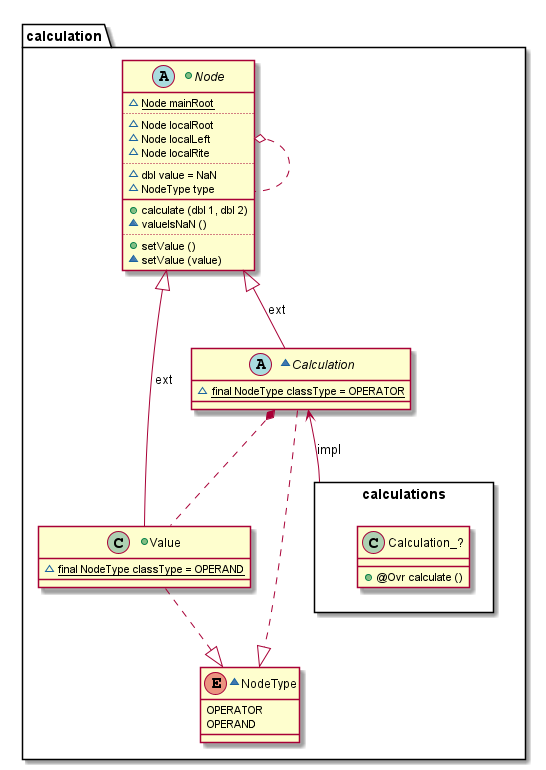
Earlier version of the PlantUML export src/main/resources/static/package_calculation_structure.png (vitalispopoff/calculator).
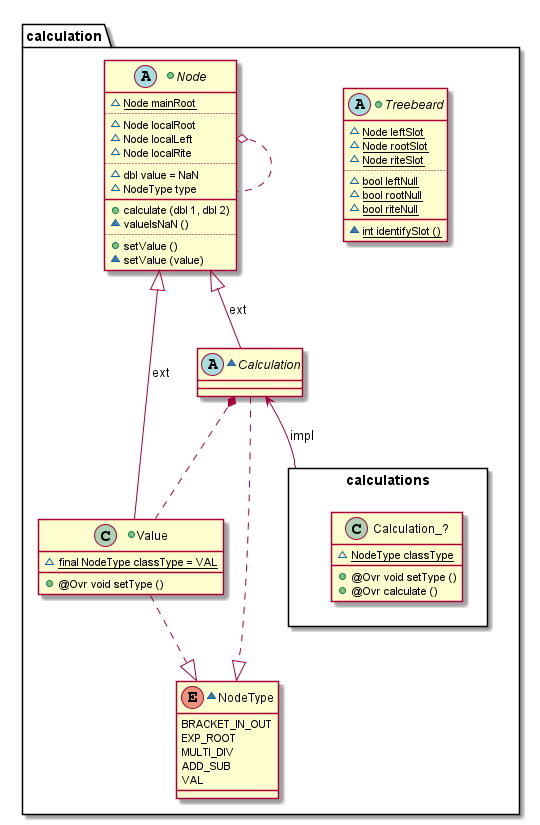
After the change.

Diff of the diagram source:
```diff
@@ -2,49 +2,68 @@
 
 package calculation{
 
+    +abstract Treebeard{
+            ~ {field} {static} Node leftSlot
+            ~ {field} {static} Node rootSlot
+            ~ {field} {static} Node riteSlot
+        ..
+            ~ {field} {static} bool leftNull
+            ~ {field} {static} bool rootNull
+            ~ {field} {static} bool riteNull
+        __
+            ~ {method} {static} int identifySlot ()
+    }
+
     +abstract Node{
-            ~{static} Node mainRoot
+            ~ {static} Node mainRoot
         ..
-            ~{field} Node localRoot
-            ~{field} Node localLeft
-            ~{field} Node localRite
+            ~ {field} Node localRoot
+            ~ {field} Node localLeft
+            ~ {field} Node localRite
         ..
-            ~{field} dbl value = NaN
-            ~{field} NodeType type
+            ~ {field} dbl value = NaN
+            ~ {field} NodeType type
         __
-            +{method}calculate (dbl 1, dbl 2)
-            ~{method} valueIsNaN ()
+            + {method} calculate (dbl 1, dbl 2)
+            ~ {method} valueIsNaN ()
         ..
-            +{method} setValue ()
-            ~{method} setValue (value)
+            + {method} setValue ()
+            ~ {method} setValue (value)
     }
 
     +class Value{
-            ~{static} final NodeType classType = OPERAND
+            ~ {static} final NodeType classType = VAL
+            __
+            + {method} @Ovr void setType ()
     }
 
     ~abstract Calculation{
-            ~{static} final NodeType classType = OPERATOR
     }
 
     package calculations <<Rectangle>> {
         class Calculation_?{
-            +{method} @Ovr calculate ()
+                ~ {field} {static} NodeType classType
+            __
+                + {method} @Ovr void setType ()
+                + {method} @Ovr calculate ()
         }
     }
 
     ~enum NodeType{
-            OPERATOR
-            OPERAND
+        BRACKET_IN_OUT
+        EXP_ROOT
+        MULTI_DIV
+        ADD_SUB
+        VAL
     }
 }
 
     Node            o..     Node
-    Node            <|--    Value                   : ext
-    Node            <|--    Calculation             : ext
+    Node            <|--    Value           : ext
+    Node            <|--    Calculation     : ext
     Calculation     <--     calculations    : impl
     Calculation     *..     Value
-    Calculation     ..|>      NodeType
-    Value           ..|>      NodeType
+    Calculation     ..|>    NodeType
+    Value           ..|>    NodeType
 
 @enduml
```
